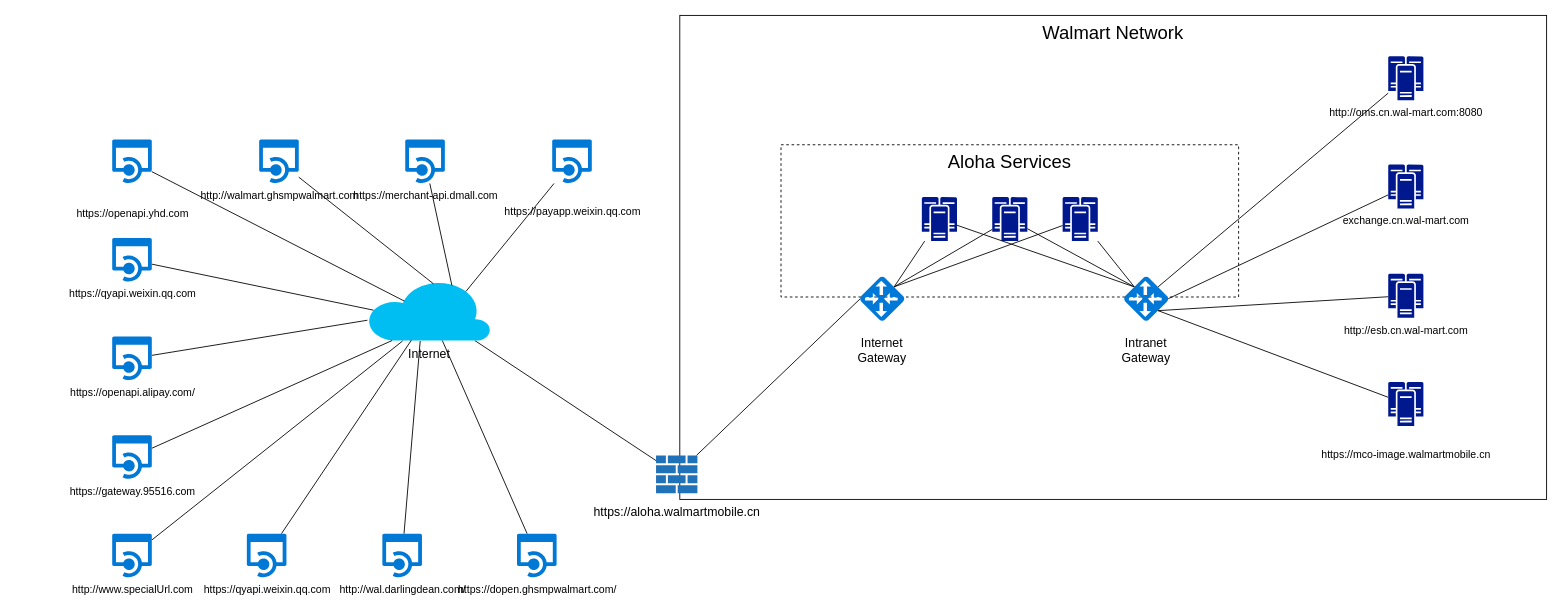
This is work/aloha-network-201909.drawio from FYou/drawIo, a draw.io file, before an edit. Source tidied: cells renumbered, new cells numbered last; positions are measured from the earlier drawing's top-left corner, leaving out a move shared by most shapes. Both pictures are drawn from the tidied source at 88%, with x=0, y=0 at pixel (112, 15).
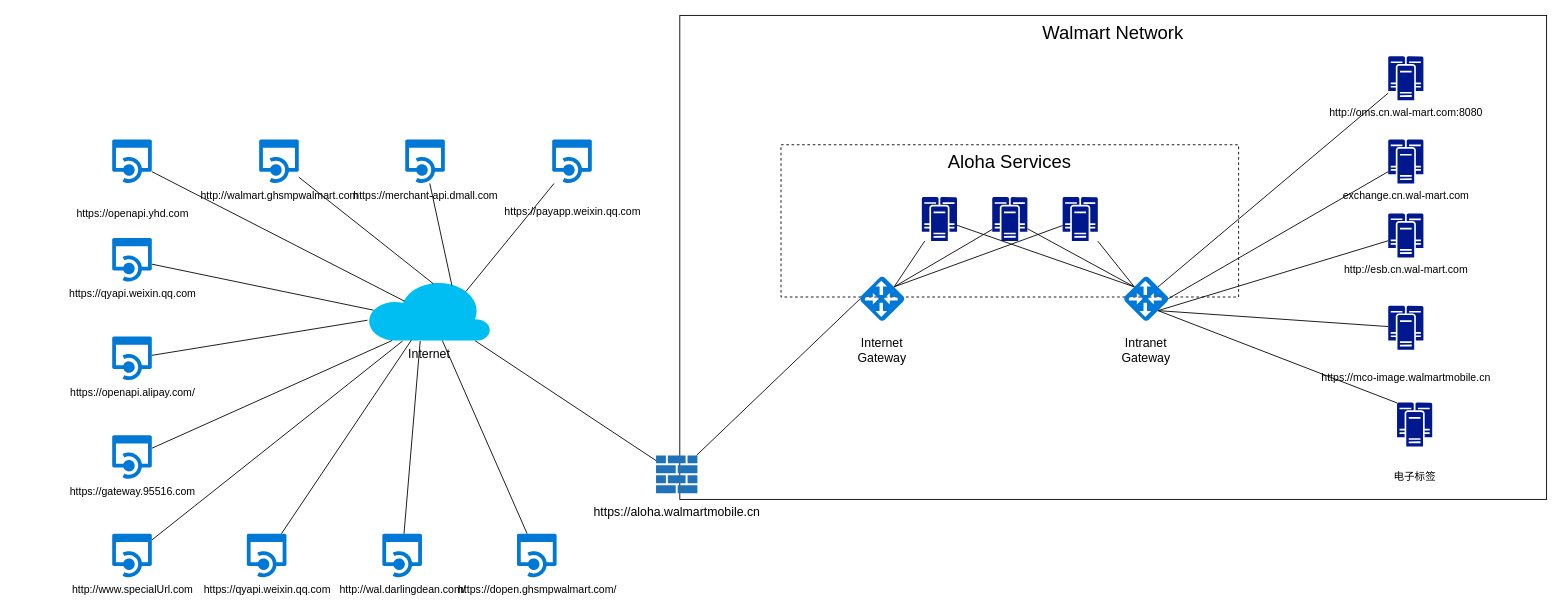
The same diagram, later.

Unchanged cells that the change refers to:
```xml
<mxCell id="20" style="shadow=0;dashed=0;html=1;strokeColor=none;labelPosition=center;verticalLabelPosition=bottom;verticalAlign=top;align=center;shape=mxgraph.mscae.deprecated.application_gateway;fillColor=#0078D7;" parent="1" vertex="1">
  <mxGeometry x="1150" y="297" width="50" height="50" as="geometry" />
</mxCell>
```

What changed in the source:
```diff
@@
     <mxCell id="17" value="&lt;br&gt;&lt;table border=&quot;0&quot; cellpadding=&quot;0&quot; cellspacing=&quot;0&quot; width=&quot;265&quot; style=&quot;border-collapse: collapse ; width: 199pt&quot;&gt;&lt;tbody&gt;&lt;tr style=&quot;height: 15.75pt&quot;&gt;  &lt;td height=&quot;21&quot; class=&quot;xl65&quot; width=&quot;265&quot; style=&quot;height: 15.75pt ; width: 199pt&quot;&gt;https://mco-image.walmartmobile.cn&lt;/td&gt;&lt;/tr&gt;&lt;/tbody&gt;&lt;/table&gt;" style="shadow=0;dashed=0;html=1;strokeColor=none;labelPosition=center;verticalLabelPosition=bottom;verticalAlign=top;align=center;shape=mxgraph.mscae.enterprise.cluster_server;fillColor=#00188D;horizontal=1;flipV=0;" parent="1" vertex="1">
-      <mxGeometry x="1450" y="416.5" width="40" height="50" as="geometry" />
+      <mxGeometry x="1450" y="330" width="40" height="50" as="geometry" />
     </mxCell>
@@
     <mxCell id="19" value="exchange.cn.wal-mart.com" style="shadow=0;dashed=0;html=1;strokeColor=none;labelPosition=center;verticalLabelPosition=bottom;verticalAlign=top;align=center;shape=mxgraph.mscae.enterprise.cluster_server;fillColor=#00188D;flipV=0;" parent="1" vertex="1">
-      <mxGeometry x="1450" y="169.5" width="40" height="50" as="geometry" />
+      <mxGeometry x="1450" y="141" width="40" height="50" as="geometry" />
     </mxCell>
+    <mxCell id="52" style="edgeStyle=none;rounded=0;jettySize=auto;html=1;entryX=0.01;entryY=0.01;entryDx=0;entryDy=0;entryPerimeter=0;exitX=0.77;exitY=0.77;exitDx=0;exitDy=0;exitPerimeter=0;endArrow=none;endFill=0;" parent="1" edge="1" source="20" target="53">
+      <mxGeometry relative="1" as="geometry" />
+    </mxCell>
@@
     <mxCell id="33" value="http://esb.cn.wal-mart.com" style="shadow=0;dashed=0;html=1;strokeColor=none;labelPosition=center;verticalLabelPosition=bottom;verticalAlign=top;align=center;shape=mxgraph.mscae.enterprise.cluster_server;fillColor=#00188D;flipV=0;" parent="1" vertex="1">
-      <mxGeometry x="1450" y="293.5" width="40" height="50" as="geometry" />
+      <mxGeometry x="1450" y="225" width="40" height="50" as="geometry" />
     </mxCell>
@@
+    <mxCell id="53" value="&lt;table border=&quot;0&quot; cellpadding=&quot;0&quot; cellspacing=&quot;0&quot; width=&quot;265&quot; style=&quot;border-collapse: collapse ; width: 199pt&quot;&gt;&lt;tbody&gt;&lt;tr style=&quot;height: 15.75pt&quot;&gt;&lt;td height=&quot;21&quot; class=&quot;xl65&quot; width=&quot;265&quot; style=&quot;height: 15.75pt ; width: 199pt&quot;&gt;&lt;/td&gt;&lt;/tr&gt;&lt;/tbody&gt;&lt;/table&gt;电子标签" style="shadow=0;dashed=0;html=1;strokeColor=none;labelPosition=center;verticalLabelPosition=bottom;verticalAlign=top;align=center;shape=mxgraph.mscae.enterprise.cluster_server;fillColor=#00188D;horizontal=1;flipV=0;" parent="1" vertex="1">
+      <mxGeometry x="1460" y="440" width="40" height="50" as="geometry" />
+    </mxCell>
```
